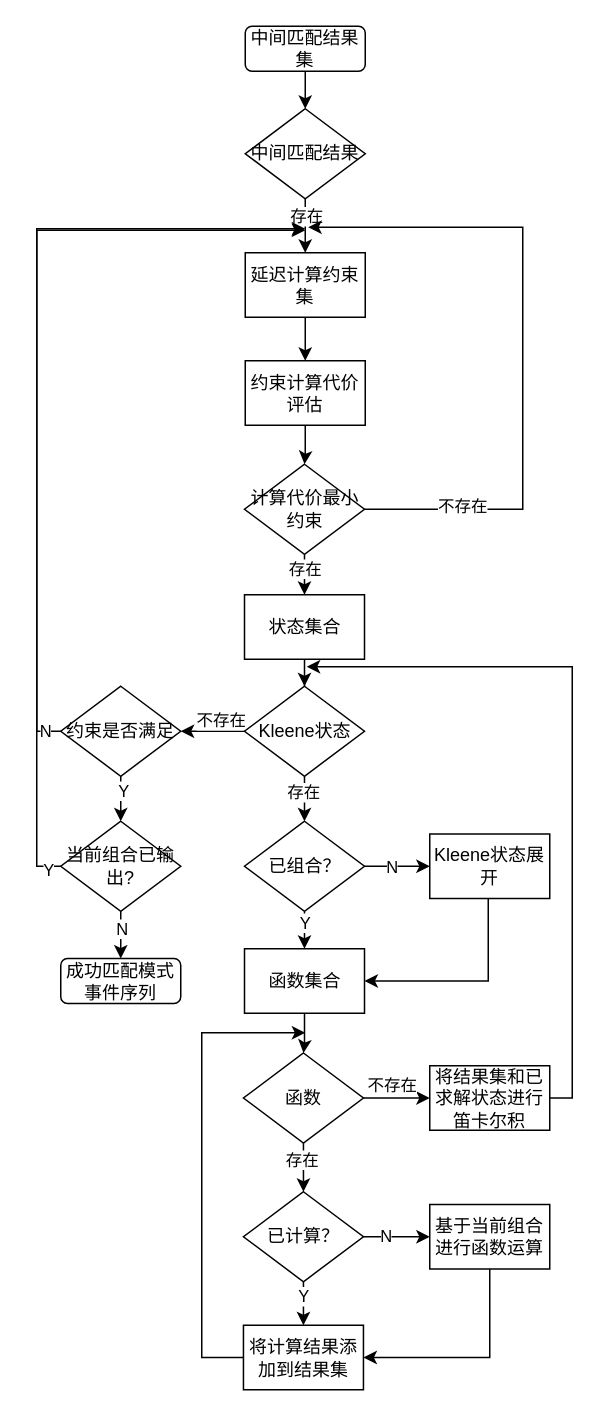
Earlier version of the draw.io diagram page "Kleene闭包展开" (11 of 12) of 毕业论文.drawio (LiLiJacky/graphData). Source tidied: cells renumbered, new cells numbered last; positions are measured from the earlier drawing's top-left corner, leaving out a move shared by most shapes. Both pictures are drawn from the tidied source at 150%, with x=0, y=0 at pixel (36, 26).
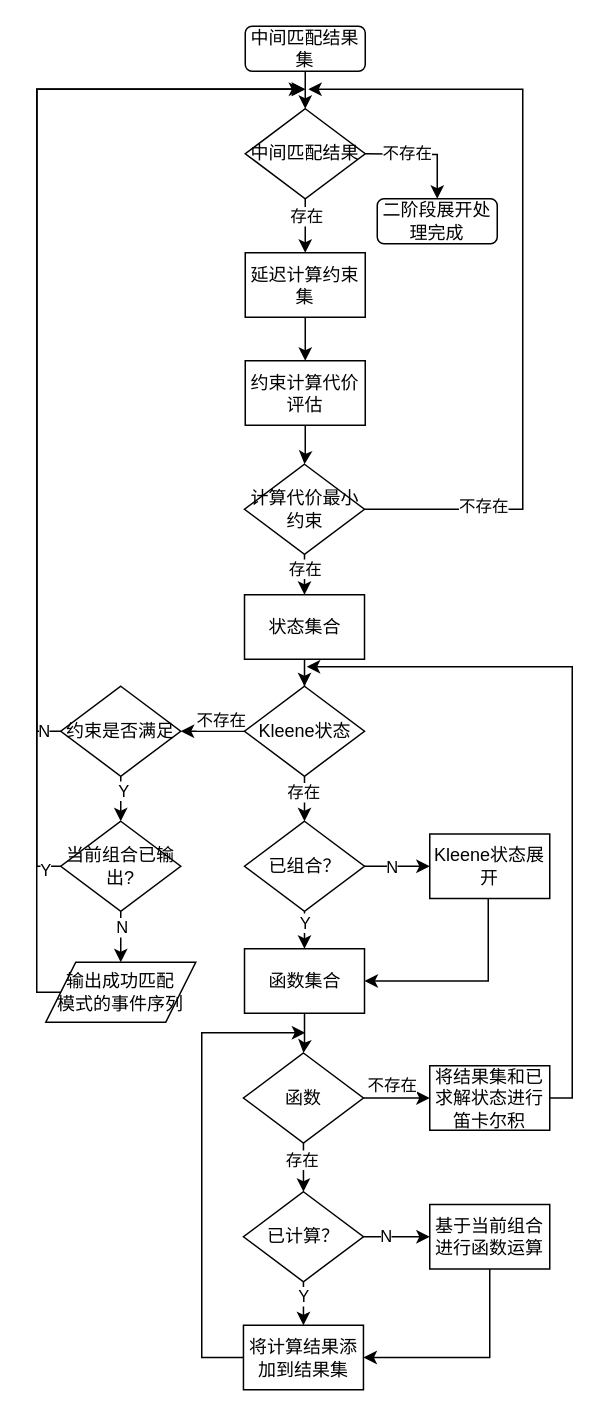
Above is the later version.

The change refers to these unchanged cells:
```xml
<mxCell id="28" value="计算代价最小约束" style="rhombus;whiteSpace=wrap;html=1;" parent="1" vertex="1">
  <mxGeometry x="138.5" y="292" width="80" height="60" as="geometry" />
</mxCell>
<mxCell id="45" value="约束是否满足" style="rhombus;whiteSpace=wrap;html=1;" parent="1" vertex="1">
  <mxGeometry x="16" y="440" width="80" height="60" as="geometry" />
</mxCell>
<mxCell id="56" value="当前组合已输出?" style="rhombus;whiteSpace=wrap;html=1;" parent="1" vertex="1">
  <mxGeometry x="16" y="530" width="80" height="60" as="geometry" />
</mxCell>
```

What changed in the source:
```diff
@@
+    <mxCell id="58" value="不存在" style="edgeStyle=orthogonalEdgeStyle;rounded=0;jettySize=auto;html=1;" parent="1" edge="1" target="59">
+      <mxGeometry x="-0.27" relative="1" as="geometry">
+        <mxPoint x="219" y="85" as="sourcePoint" />
+      </mxGeometry>
+    </mxCell>
@@
     <mxCell id="26" style="edgeStyle=orthogonalEdgeStyle;rounded=0;jettySize=auto;html=1;" parent="1" edge="1" source="28">
       <mxGeometry relative="1" as="geometry">
-        <mxPoint x="181" y="134" as="targetPoint" />
+        <mxPoint x="181" y="42" as="targetPoint" />
         <Array as="points">
           <mxPoint x="324" y="322" />
-          <mxPoint x="324" y="134" />
+          <mxPoint x="324" y="42" />
         </Array>
       </mxGeometry>
     </mxCell>
@@
     <mxCell id="43" style="edgeStyle=orthogonalEdgeStyle;rounded=0;jettySize=auto;html=1;" parent="1" edge="1" source="45">
       <mxGeometry relative="1" as="geometry">
-        <mxPoint x="179" y="135" as="targetPoint" />
+        <mxPoint x="179" y="42" as="targetPoint" />
         <Array as="points">
           <mxPoint y="470" />
-          <mxPoint y="135" />
-          <mxPoint x="179" y="135" />
+          <mxPoint y="42" />
         </Array>
       </mxGeometry>
     </mxCell>
@@
-    <mxCell id="52" style="edgeStyle=orthogonalEdgeStyle;rounded=0;jettySize=auto;html=1;entryX=0.5;entryY=0;entryDx=0;entryDy=0;" parent="1" edge="1" source="56" target="57">
+    <mxCell id="52" style="edgeStyle=orthogonalEdgeStyle;rounded=0;jettySize=auto;html=1;entryX=0.5;entryY=0;entryDx=0;entryDy=0;" parent="1" edge="1" source="56" target="61">
       <mxGeometry relative="1" as="geometry" />
     </mxCell>
@@
     <mxCell id="54" style="edgeStyle=orthogonalEdgeStyle;rounded=0;jettySize=auto;html=1;" parent="1" edge="1" source="56">
       <mxGeometry relative="1" as="geometry">
-        <mxPoint x="179" y="136" as="targetPoint" />
+        <mxPoint x="179" y="42" as="targetPoint" />
         <Array as="points">
           <mxPoint y="560" />
-          <mxPoint y="136" />
+          <mxPoint y="42" />
+          <mxPoint x="179" y="42" />
         </Array>
       </mxGeometry>
     </mxCell>
@@
-    <mxCell id="57" value="成功匹配模式事件序列" style="rounded=1;whiteSpace=wrap;html=1;" parent="1" vertex="1">
-      <mxGeometry x="16" y="621.5" width="80" height="30" as="geometry" />
-    </mxCell>
+    <mxCell id="59" value="二阶段展开处理完成" style="rounded=1;whiteSpace=wrap;html=1;" parent="1" vertex="1">
+      <mxGeometry x="227" y="115" width="80" height="30" as="geometry" />
+    </mxCell>
+    <mxCell id="60" style="edgeStyle=orthogonalEdgeStyle;rounded=0;jettySize=auto;html=1;" parent="1" edge="1" source="61">
+      <mxGeometry relative="1" as="geometry">
+        <mxPoint x="177" y="42" as="targetPoint" />
+        <Array as="points">
+          <mxPoint y="644" />
+          <mxPoint y="42" />
+        </Array>
+      </mxGeometry>
+    </mxCell>
+    <mxCell id="61" value="输出成功匹配&lt;div&gt;模式的&lt;span style=&quot;background-color: transparent; color: light-dark(rgb(0, 0, 0), rgb(255, 255, 255));&quot;&gt;事件序列&lt;/span&gt;&lt;/div&gt;" style="shape=parallelogram;perimeter=parallelogramPerimeter;whiteSpace=wrap;html=1;fixedSize=1;" parent="1" vertex="1">
+      <mxGeometry x="6" y="624" width="100" height="40" as="geometry" />
+    </mxCell>
```
